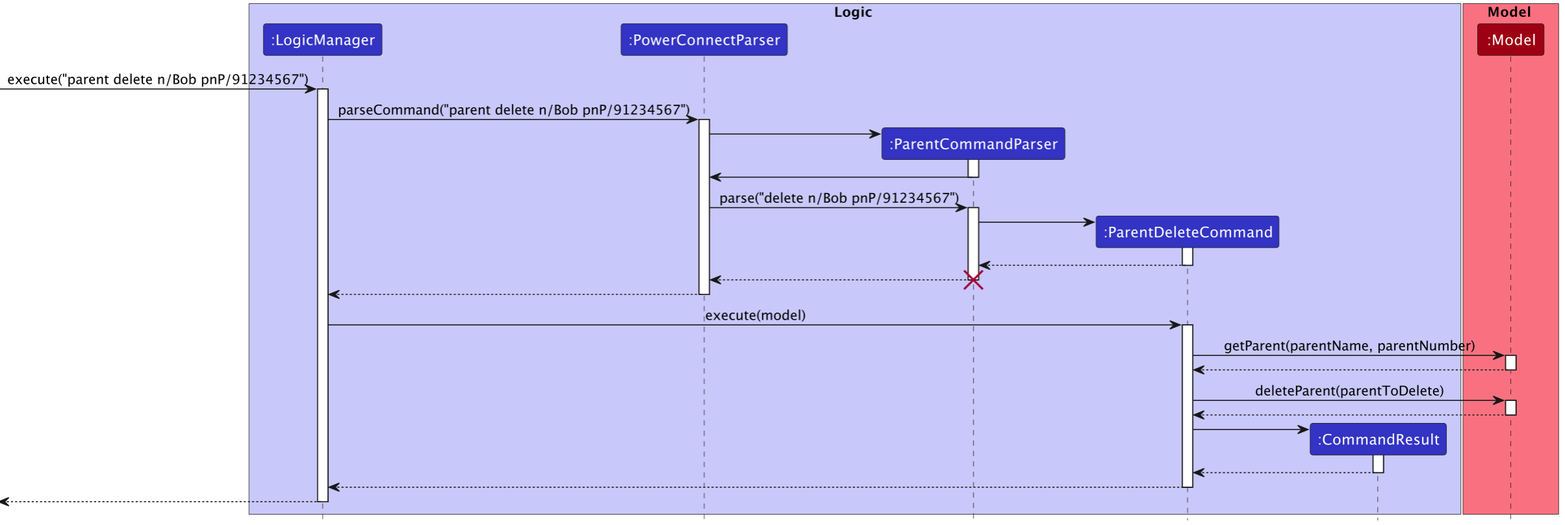
Earlier version of the PlantUML export docs/images/ParentDeleteSequentialDiagram.png (nus-cs2103-AY2223S2/tp). Its source is kept beside it as docs/diagrams/ParentDeleteSequentialDiagram.puml.
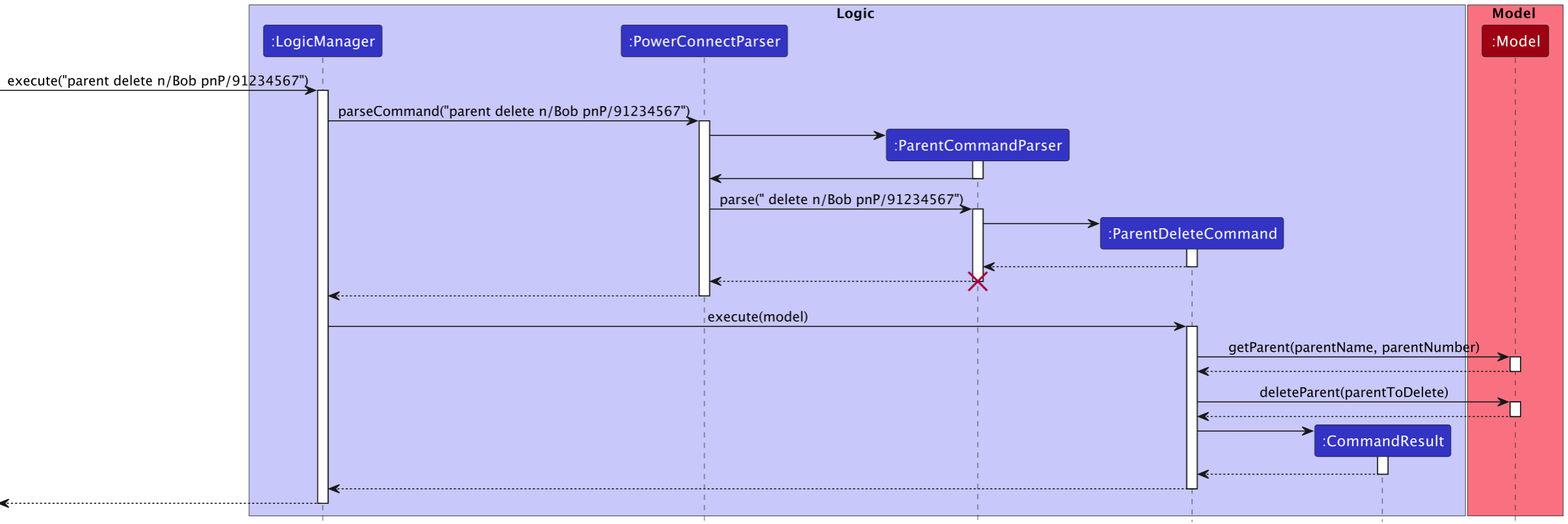
After the commit.

The edit, as a diff of the source:
```diff
@@ -24,7 +24,7 @@
 activate ParentCommandParser
 ParentCommandParser -> PowerConnectParser
 deactivate ParentCommandParser
-PowerConnectParser -> ParentCommandParser : parse("delete n/Bob pnP/91234567")
+PowerConnectParser -> ParentCommandParser : parse(" delete n/Bob pnP/91234567")
 activate ParentCommandParser
 
 create ParentDeleteCommand
```
